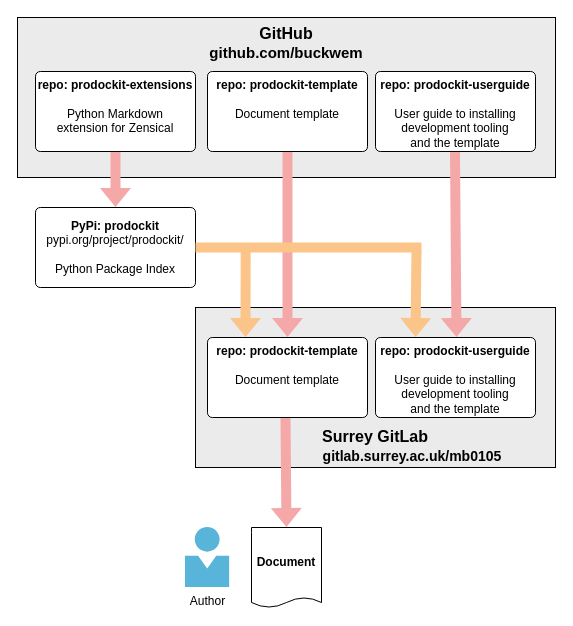
buckwem/prodockit-userguide keeps this draw.io diagram as page "repos-and-pypi" (1 of 3) of tools/documentation-diagrams/site-diagrams.drawio. Above is the earlier version. Source tidied: cells renumbered, new cells numbered last; positions are measured from the earlier drawing's top-left corner, leaving out a move shared by most shapes. Both pictures are drawn from the tidied source at 100%, with x=0, y=0 at pixel (17, 17).
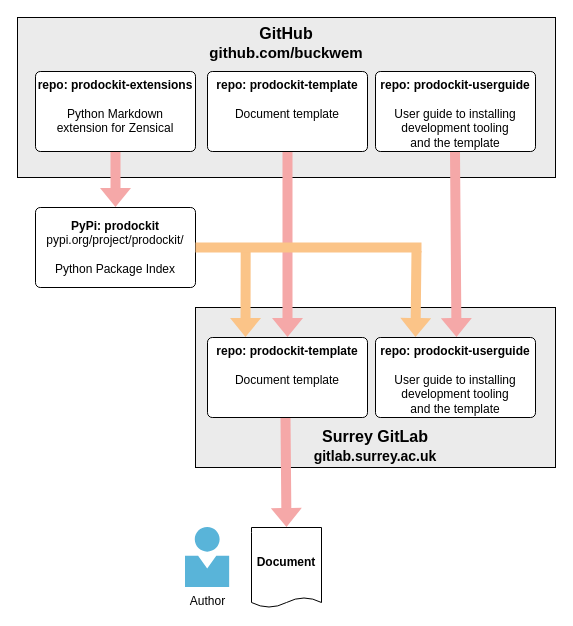
Above is the later version.

What changed in the source:
```diff
@@
-    <mxCell id="3" value="&lt;b&gt;Surrey GitLab&lt;/b&gt;&lt;div&gt;&lt;font style=&quot;font-size: 14px;&quot;&gt;&lt;b&gt;&amp;nbsp; &amp;nbsp; &amp;nbsp; &amp;nbsp; &amp;nbsp; &amp;nbsp; &amp;nbsp; &amp;nbsp; &amp;nbsp; &amp;nbsp;gitlab.surrey.ac.uk/mb0105&lt;/b&gt;&lt;/font&gt;&lt;/div&gt;" style="rounded=0;whiteSpace=wrap;html=1;fontSize=16;verticalAlign=bottom;fillColor=light-dark(#ebebeb, #ededed);" parent="1" vertex="1">
+    <mxCell id="3" value="&lt;b&gt;Surrey GitLab&lt;/b&gt;&lt;div&gt;&lt;font style=&quot;font-size: 14px;&quot;&gt;&lt;b&gt;gitlab.surrey.ac.uk&lt;/b&gt;&lt;/font&gt;&lt;/div&gt;" style="rounded=0;whiteSpace=wrap;html=1;fontSize=16;verticalAlign=bottom;fillColor=light-dark(#ebebeb, #ededed);" parent="1" vertex="1">
       <mxGeometry x="178" y="290" width="360" height="160" as="geometry" />
     </mxCell>
```
